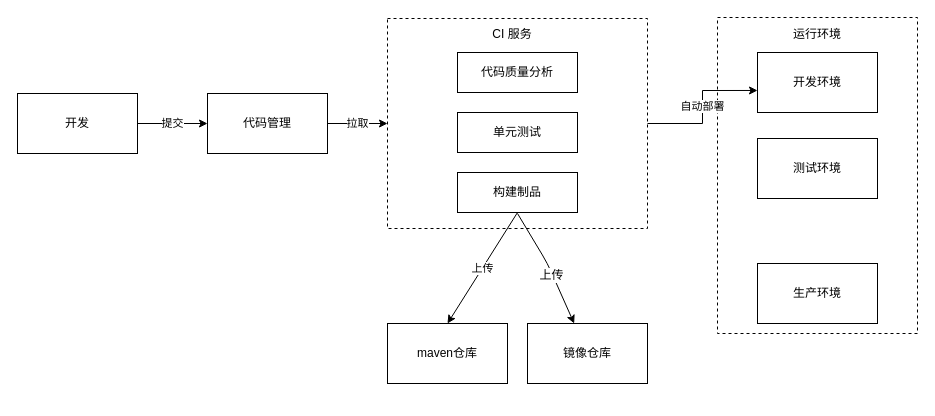
This is DevOps&持续发布.drawio from qozi/diagram, a draw.io file, before an edit. Source tidied: cells renumbered, new cells numbered last; positions are measured from the earlier drawing's top-left corner, leaving out a move shared by most shapes. Both pictures are drawn from the tidied source at 100%, with x=0, y=0 at pixel (17, 17).
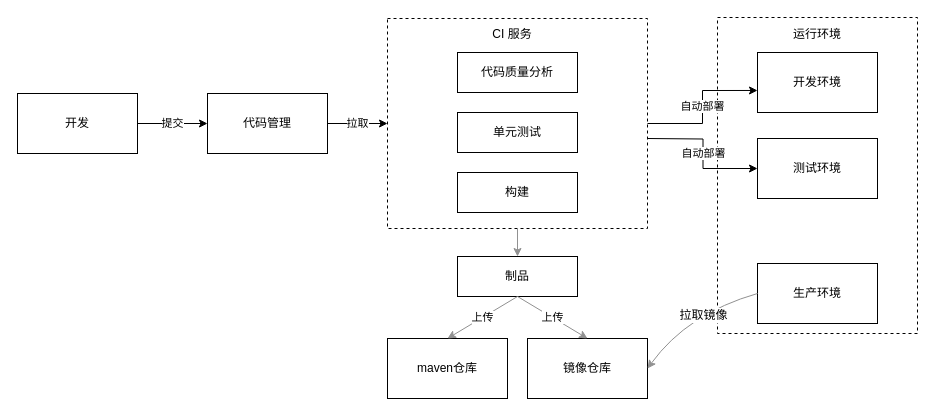
After the change.

Commit message (it also covers changes not shown here):
更新DevOps&持续发布.drawio

Unchanged cells that the change refers to:
```xml
<mxCell id="4" style="rounded=0;whiteSpace=wrap;html=1;strokeColor=#000000;fillColor=none;dashed=1;" parent="1" vertex="1">
  <mxGeometry x="370" y="1" width="260" height="210" as="geometry" />
</mxCell>
<mxCell id="8" value="生产环境" style="rounded=0;whiteSpace=wrap;html=1;" parent="1" vertex="1">
  <mxGeometry x="740" y="246" width="120" height="60" as="geometry" />
</mxCell>
<mxCell id="16" value="测试环境" style="rounded=0;whiteSpace=wrap;html=1;" parent="1" vertex="1">
  <mxGeometry x="740" y="121" width="120" height="60" as="geometry" />
</mxCell>
```

Diff of the diagram source:
```diff
@@
-    <mxCell id="7" value="构建制品" style="rounded=0;whiteSpace=wrap;html=1;" parent="1" vertex="1">
+    <mxCell id="7" value="构建" style="rounded=0;whiteSpace=wrap;html=1;" parent="1" vertex="1">
       <mxGeometry x="440" y="155" width="120" height="40" as="geometry" />
     </mxCell>
@@
     <mxCell id="13" value="镜像仓库" style="rounded=0;whiteSpace=wrap;html=1;" parent="1" vertex="1">
-      <mxGeometry x="510" y="306" width="120" height="60" as="geometry" />
+      <mxGeometry x="510" y="321" width="120" height="60" as="geometry" />
     </mxCell>
     <mxCell id="14" value="maven仓库" style="rounded=0;whiteSpace=wrap;html=1;" parent="1" vertex="1">
-      <mxGeometry x="370" y="306" width="120" height="60" as="geometry" />
+      <mxGeometry x="370" y="321" width="120" height="60" as="geometry" />
     </mxCell>
@@
-    <mxCell id="18" value="上传" style="endArrow=classic;html=1;exitX=0.5;exitY=1;exitDx=0;exitDy=0;entryX=0.5;entryY=0;entryDx=0;entryDy=0;" parent="1" edge="1" source="7" target="14">
-      <mxGeometry relative="1" as="geometry" />
-    </mxCell>
-    <mxCell id="19" style="endArrow=classic;html=1;" parent="1" edge="1" target="13">
-      <mxGeometry relative="1" as="geometry">
-        <mxPoint x="500" y="196" as="sourcePoint" />
-        <Array as="points">
-          <mxPoint x="530" y="246" />
-        </Array>
-      </mxGeometry>
-    </mxCell>
-    <mxCell id="20" value="上传" style="text;html=1;align=center;verticalAlign=middle;labelBackgroundColor=#ffffff;" parent="19" vertex="1">
-      <mxGeometry x="0.13" y="-1" relative="1" as="geometry" />
-    </mxCell>
@@
+    <mxCell id="22" value="自动部署" style="edgeStyle=orthogonalEdgeStyle;rounded=0;jettySize=auto;html=1;entryX=0;entryY=0.5;entryDx=0;entryDy=0;" parent="1" edge="1" target="16">
+      <mxGeometry relative="1" as="geometry">
+        <mxPoint x="630" y="121" as="sourcePoint" />
+      </mxGeometry>
+    </mxCell>
+    <mxCell id="23" style="curved=1;endArrow=classic;html=1;exitX=0;exitY=0.5;exitDx=0;exitDy=0;strokeColor=#919191;entryX=1;entryY=0.5;entryDx=0;entryDy=0;" parent="1" edge="1" source="8" target="13">
+      <mxGeometry relative="1" as="geometry">
+        <Array as="points">
+          <mxPoint x="670" y="296" />
+        </Array>
+      </mxGeometry>
+    </mxCell>
+    <mxCell id="24" value="拉取镜像" style="text;html=1;align=center;verticalAlign=middle;labelBackgroundColor=#ffffff;" parent="23" vertex="1">
+      <mxGeometry x="-0.1" y="6" relative="1" as="geometry">
+        <mxPoint x="4.1" y="-1.7" as="offset" />
+      </mxGeometry>
+    </mxCell>
+    <mxCell id="25" value="制品" style="rounded=0;whiteSpace=wrap;html=1;" parent="1" vertex="1">
+      <mxGeometry x="440" y="239" width="120" height="40" as="geometry" />
+    </mxCell>
+    <mxCell id="26" value="上传" style="endArrow=classic;html=1;strokeColor=#919191;exitX=0.5;exitY=1;exitDx=0;exitDy=0;entryX=0.5;entryY=0;entryDx=0;entryDy=0;" parent="1" edge="1" source="25" target="14">
+      <mxGeometry relative="1" as="geometry" />
+    </mxCell>
+    <mxCell id="27" value="上传" style="endArrow=classic;html=1;strokeColor=#919191;exitX=0.5;exitY=1;exitDx=0;exitDy=0;entryX=0.5;entryY=0;entryDx=0;entryDy=0;" parent="1" edge="1" source="25" target="13">
+      <mxGeometry relative="1" as="geometry" />
+    </mxCell>
+    <mxCell id="28" style="endArrow=classic;html=1;strokeColor=#919191;exitX=0.5;exitY=1;exitDx=0;exitDy=0;" parent="1" edge="1" source="4" target="25">
+      <mxGeometry relative="1" as="geometry" />
+    </mxCell>
```
